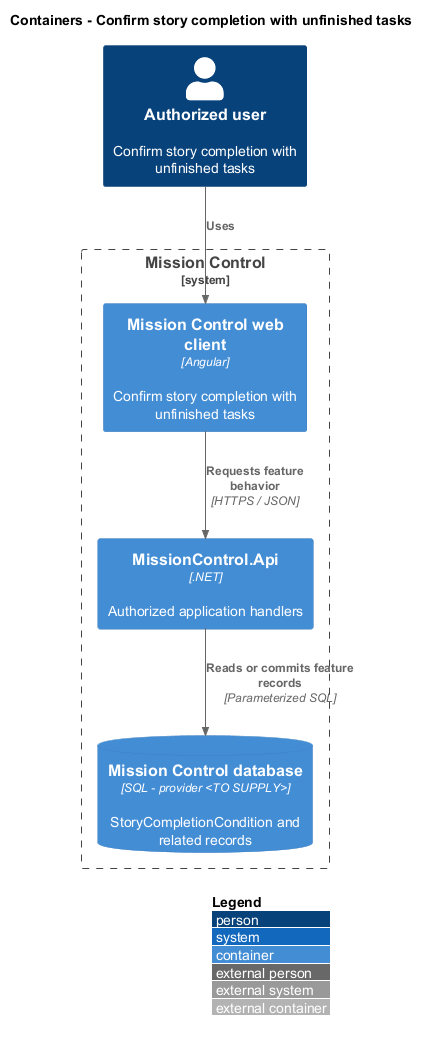
Earlier version of the PlantUML export docs/detailed-designs/kanban/confirm-story-completion/diagrams/c4-container.png (QuinntyneBrown/mission-control). The source it was exported from:
```plantuml
@startuml
!include <C4/C4_Container>
LAYOUT_WITH_LEGEND()
title Containers - Confirm story completion with unfinished tasks
Person(actor, "Authorized user", "Confirm story completion with unfinished tasks")
System_Boundary(mc, "Mission Control") {
  Container(web, "Mission Control web client", "Angular", "Confirm story completion with unfinished tasks")
  Container(api, "MissionControl.Api", ".NET", "Authorized application handlers")
  ContainerDb(db, "Mission Control database", "SQL - provider <TO SUPPLY>", "StoryCompletionCondition and related records")
}
Rel(actor, web, "Uses")
Rel(web, api, "Requests feature behavior", "HTTPS / JSON")
Rel(api, db, "Reads or commits feature records", "Parameterized SQL")
@enduml
```
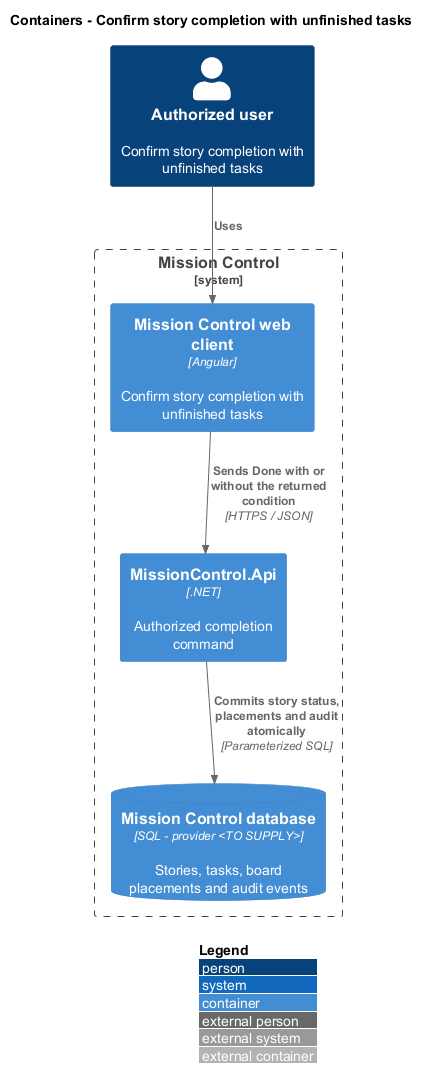
After the commit.

Change to the diagram source:
```diff
@@ -5,10 +5,10 @@
 Person(actor, "Authorized user", "Confirm story completion with unfinished tasks")
 System_Boundary(mc, "Mission Control") {
   Container(web, "Mission Control web client", "Angular", "Confirm story completion with unfinished tasks")
-  Container(api, "MissionControl.Api", ".NET", "Authorized application handlers")
-  ContainerDb(db, "Mission Control database", "SQL - provider <TO SUPPLY>", "StoryCompletionCondition and related records")
+  Container(api, "MissionControl.Api", ".NET", "Authorized completion command")
+  ContainerDb(db, "Mission Control database", "SQL - provider <TO SUPPLY>", "Stories, tasks, board placements and audit events")
 }
 Rel(actor, web, "Uses")
-Rel(web, api, "Requests feature behavior", "HTTPS / JSON")
-Rel(api, db, "Reads or commits feature records", "Parameterized SQL")
+Rel(web, api, "Sends Done with or without the returned condition", "HTTPS / JSON")
+Rel(api, db, "Commits story status, placements and audit atomically", "Parameterized SQL")
 @enduml
```
